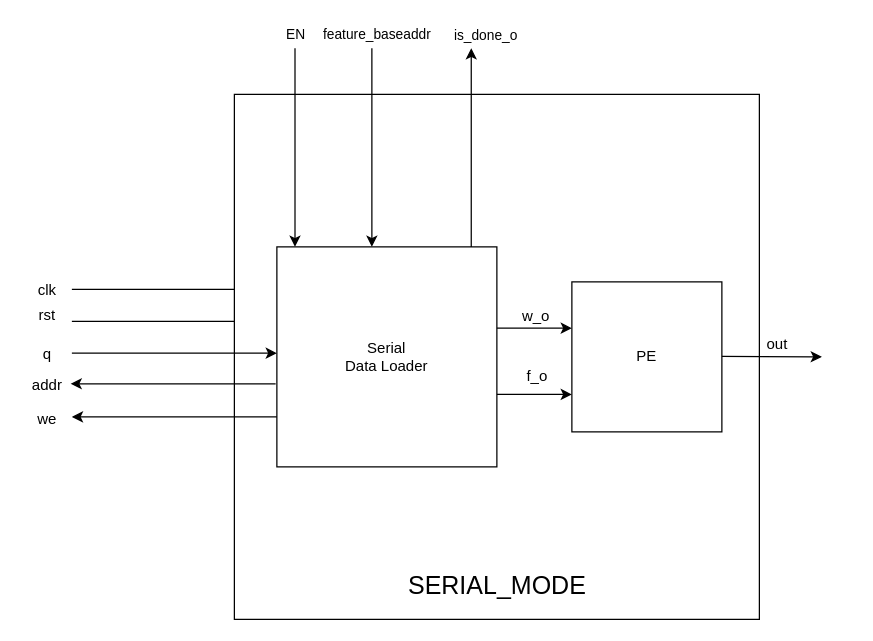
The draw.io diagram Untitled Diagram.drawio in sg05060/Test, before the edit. Source tidied: cells renumbered, new cells numbered last; positions are measured from the earlier drawing's top-left corner, leaving out a move shared by most shapes. Both pictures are drawn from the tidied source at 125%, with x=0, y=0 at pixel (21, 21).
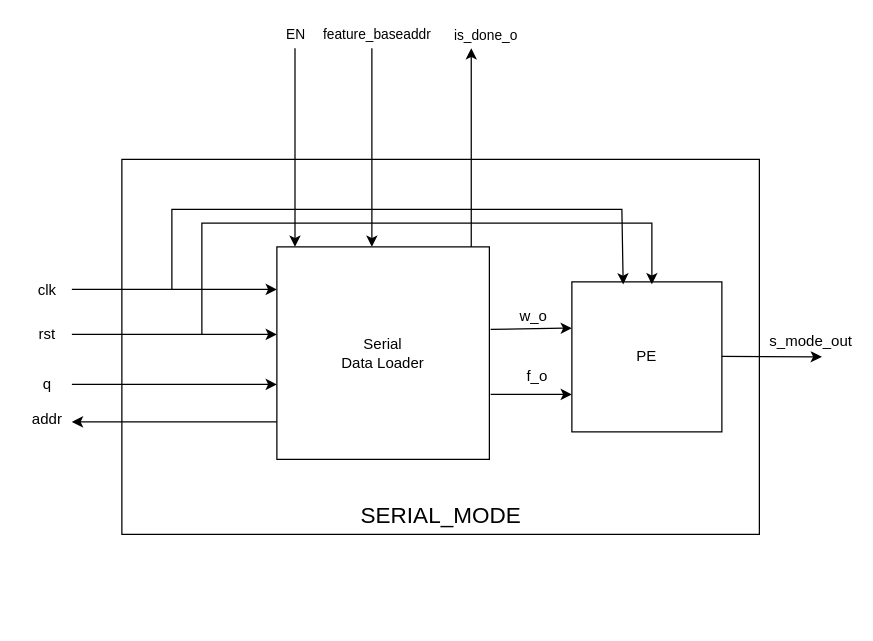
The same diagram, later.

Unchanged cells that the change refers to:
```xml
<mxCell id="5" value="PE" style="whiteSpace=wrap;html=1;" parent="1" vertex="1">
  <mxGeometry x="440" y="208" width="120" height="120" as="geometry" />
</mxCell>
<mxCell id="25" style="endArrow=classic;html=1;rounded=0;fontSize=11;" parent="1" edge="1">
  <mxGeometry relative="1" as="geometry">
    <mxPoint x="560" y="267.5" as="sourcePoint" />
    <mxPoint x="640" y="268" as="targetPoint" />
  </mxGeometry>
</mxCell>
```

What changed in the source:
```diff
@@
-    <mxCell id="2" style="endArrow=classic;html=1;rounded=0;fontSize=12;entryX=0;entryY=0.825;entryDx=0;entryDy=0;entryPerimeter=0;" parent="1" edge="1">
-      <mxGeometry relative="1" as="geometry">
-        <mxPoint x="40" y="239.5" as="sourcePoint" />
-        <mxPoint x="204" y="239.5" as="targetPoint" />
-      </mxGeometry>
-    </mxCell>
-    <mxCell id="3" style="endArrow=classic;html=1;rounded=0;fontSize=12;entryX=0;entryY=0.825;entryDx=0;entryDy=0;entryPerimeter=0;" parent="1" edge="1">
-      <mxGeometry relative="1" as="geometry">
-        <mxPoint x="40" y="214" as="sourcePoint" />
-        <mxPoint x="204" y="214" as="targetPoint" />
-      </mxGeometry>
-    </mxCell>
-    <mxCell id="4" style="whiteSpace=wrap;html=1;" parent="1" vertex="1">
-      <mxGeometry x="170" y="58" width="420" height="420" as="geometry" />
-    </mxCell>
+    <mxCell id="28" style="rounded=0;whiteSpace=wrap;html=1;" parent="1" vertex="1">
+      <mxGeometry x="80" y="110" width="510" height="300" as="geometry" />
+    </mxCell>
@@
     <mxCell id="6" value="Serial&lt;br&gt;Data Loader" style="whiteSpace=wrap;html=1;" parent="1" vertex="1">
-      <mxGeometry x="204" y="180" width="176" height="176" as="geometry" />
+      <mxGeometry x="204" y="180" width="170" height="170" as="geometry" />
     </mxCell>
@@
     <mxCell id="8" style="endArrow=classic;html=1;rounded=0;fontSize=12;entryX=0;entryY=0.825;entryDx=0;entryDy=0;entryPerimeter=0;" parent="1" edge="1">
       <mxGeometry relative="1" as="geometry">
-        <mxPoint x="40" y="265" as="sourcePoint" />
-        <mxPoint x="204" y="265" as="targetPoint" />
+        <mxPoint x="40" y="290" as="sourcePoint" />
+        <mxPoint x="204" y="290" as="targetPoint" />
       </mxGeometry>
     </mxCell>
@@
     <mxCell id="13" value="rst" style="text;html=1;align=center;verticalAlign=middle;strokeColor=none;fillColor=none;fontSize=12;" parent="1" vertex="1">
-      <mxGeometry x="5" y="225" width="30" height="20" as="geometry" />
+      <mxGeometry x="5" y="240" width="30" height="20" as="geometry" />
     </mxCell>
     <mxCell id="14" value="q" style="text;html=1;align=center;verticalAlign=middle;strokeColor=none;fillColor=none;fontSize=12;" parent="1" vertex="1">
-      <mxGeometry x="10" y="256" width="20" height="20" as="geometry" />
+      <mxGeometry x="10" y="280" width="20" height="20" as="geometry" />
     </mxCell>
     <mxCell id="15" style="endArrow=classic;html=1;rounded=0;fontSize=12;entryX=0;entryY=0.825;entryDx=0;entryDy=0;entryPerimeter=0;" parent="1" edge="1">
       <mxGeometry relative="1" as="geometry">
-        <mxPoint x="203" y="289.5" as="sourcePoint" />
-        <mxPoint x="39" y="289.5" as="targetPoint" />
+        <mxPoint x="204" y="320" as="sourcePoint" />
+        <mxPoint x="40" y="320" as="targetPoint" />
       </mxGeometry>
     </mxCell>
-    <mxCell id="16" style="endArrow=classic;html=1;rounded=0;fontSize=12;entryX=0;entryY=0.825;entryDx=0;entryDy=0;entryPerimeter=0;" parent="1" edge="1">
-      <mxGeometry relative="1" as="geometry">
-        <mxPoint x="204" y="316" as="sourcePoint" />
-        <mxPoint x="40" y="316" as="targetPoint" />
-      </mxGeometry>
-    </mxCell>
     <mxCell id="17" value="addr" style="text;html=1;align=center;verticalAlign=middle;strokeColor=none;fillColor=none;fontSize=12;" parent="1" vertex="1">
-      <mxGeometry y="281" width="40" height="20" as="geometry" />
+      <mxGeometry y="308" width="40" height="20" as="geometry" />
     </mxCell>
-    <mxCell id="18" value="we" style="text;html=1;align=center;verticalAlign=middle;strokeColor=none;fillColor=none;fontSize=12;" parent="1" vertex="1">
-      <mxGeometry x="5" y="308" width="30" height="20" as="geometry" />
-    </mxCell>
@@
-    <mxCell id="21" style="endArrow=classic;html=1;rounded=0;fontSize=11;entryX=0;entryY=0.75;entryDx=0;entryDy=0;" parent="1" edge="1" target="5">
-      <mxGeometry relative="1" as="geometry">
-        <mxPoint x="380" y="298" as="sourcePoint" />
-      </mxGeometry>
+    <mxCell id="21" style="endArrow=classic;html=1;rounded=0;fontSize=11;entryX=0;entryY=0.75;entryDx=0;entryDy=0;exitX=1.006;exitY=0.694;exitDx=0;exitDy=0;exitPerimeter=0;" parent="1" edge="1" source="6" target="5">
+      <mxGeometry relative="1" as="geometry" />
     </mxCell>
-    <mxCell id="22" style="endArrow=classic;html=1;rounded=0;fontSize=11;entryX=0;entryY=0.75;entryDx=0;entryDy=0;" parent="1" edge="1">
+    <mxCell id="22" style="endArrow=classic;html=1;rounded=0;fontSize=11;entryX=0;entryY=0.75;entryDx=0;entryDy=0;exitX=1.006;exitY=0.388;exitDx=0;exitDy=0;exitPerimeter=0;" parent="1" edge="1" source="6">
       <mxGeometry relative="1" as="geometry">
-        <mxPoint x="380" y="245" as="sourcePoint" />
         <mxPoint x="440" y="245" as="targetPoint" />
       </mxGeometry>
     </mxCell>
@@
-    <mxCell id="26" value="out" style="edgeLabel;html=1;align=center;verticalAlign=middle;fontSize=12;" parent="25" vertex="1">
+    <mxCell id="26" value="s_mode_out" style="edgeLabel;html=1;align=center;verticalAlign=middle;fontSize=12;" parent="25" vertex="1">
       <mxGeometry x="0.33" y="1" relative="1" as="geometry">
-        <mxPoint x="-10" y="-9" as="offset" />
+        <mxPoint x="17" y="-11" as="offset" />
       </mxGeometry>
     </mxCell>
-    <mxCell id="27" value="&lt;font style=&quot;font-size: 20px;&quot;&gt;SERIAL_MODE&lt;/font&gt;" style="text;html=1;align=center;verticalAlign=middle;strokeColor=none;fillColor=none;fontSize=12;" parent="1" vertex="1">
-      <mxGeometry x="300" y="440" width="160" height="20" as="geometry" />
+    <mxCell id="27" value="&lt;font style=&quot;font-size: 18px;&quot;&gt;SERIAL_MODE&lt;/font&gt;" style="text;html=1;align=center;verticalAlign=middle;strokeColor=none;fillColor=none;fontSize=18;" parent="1" vertex="1">
+      <mxGeometry x="265" y="380" width="140" height="30" as="geometry" />
     </mxCell>
+    <mxCell id="3" style="endArrow=classic;html=1;rounded=0;fontSize=12;entryX=0;entryY=0.825;entryDx=0;entryDy=0;entryPerimeter=0;" parent="1" edge="1">
+      <mxGeometry relative="1" as="geometry">
+        <mxPoint x="40" y="214" as="sourcePoint" />
+        <mxPoint x="204" y="214" as="targetPoint" />
+      </mxGeometry>
+    </mxCell>
+    <mxCell id="2" style="endArrow=classic;html=1;rounded=0;fontSize=12;entryX=0;entryY=0.825;entryDx=0;entryDy=0;entryPerimeter=0;" parent="1" edge="1">
+      <mxGeometry relative="1" as="geometry">
+        <mxPoint x="40" y="250" as="sourcePoint" />
+        <mxPoint x="204" y="250" as="targetPoint" />
+      </mxGeometry>
+    </mxCell>
+    <mxCell id="29" style="endArrow=classic;html=1;rounded=0;entryX=0.342;entryY=0.017;entryDx=0;entryDy=0;entryPerimeter=0;" parent="1" edge="1" target="5">
+      <mxGeometry relative="1" as="geometry">
+        <mxPoint x="120" y="214" as="sourcePoint" />
+        <Array as="points">
+          <mxPoint x="120" y="150" />
+          <mxPoint x="480" y="150" />
+        </Array>
+      </mxGeometry>
+    </mxCell>
+    <mxCell id="30" style="endArrow=classic;html=1;rounded=0;" parent="1" edge="1">
+      <mxGeometry relative="1" as="geometry">
+        <mxPoint x="144" y="250" as="sourcePoint" />
+        <mxPoint x="504" y="210" as="targetPoint" />
+        <Array as="points">
+          <mxPoint x="144" y="161" />
+          <mxPoint x="504" y="161" />
+        </Array>
+      </mxGeometry>
+    </mxCell>
```
